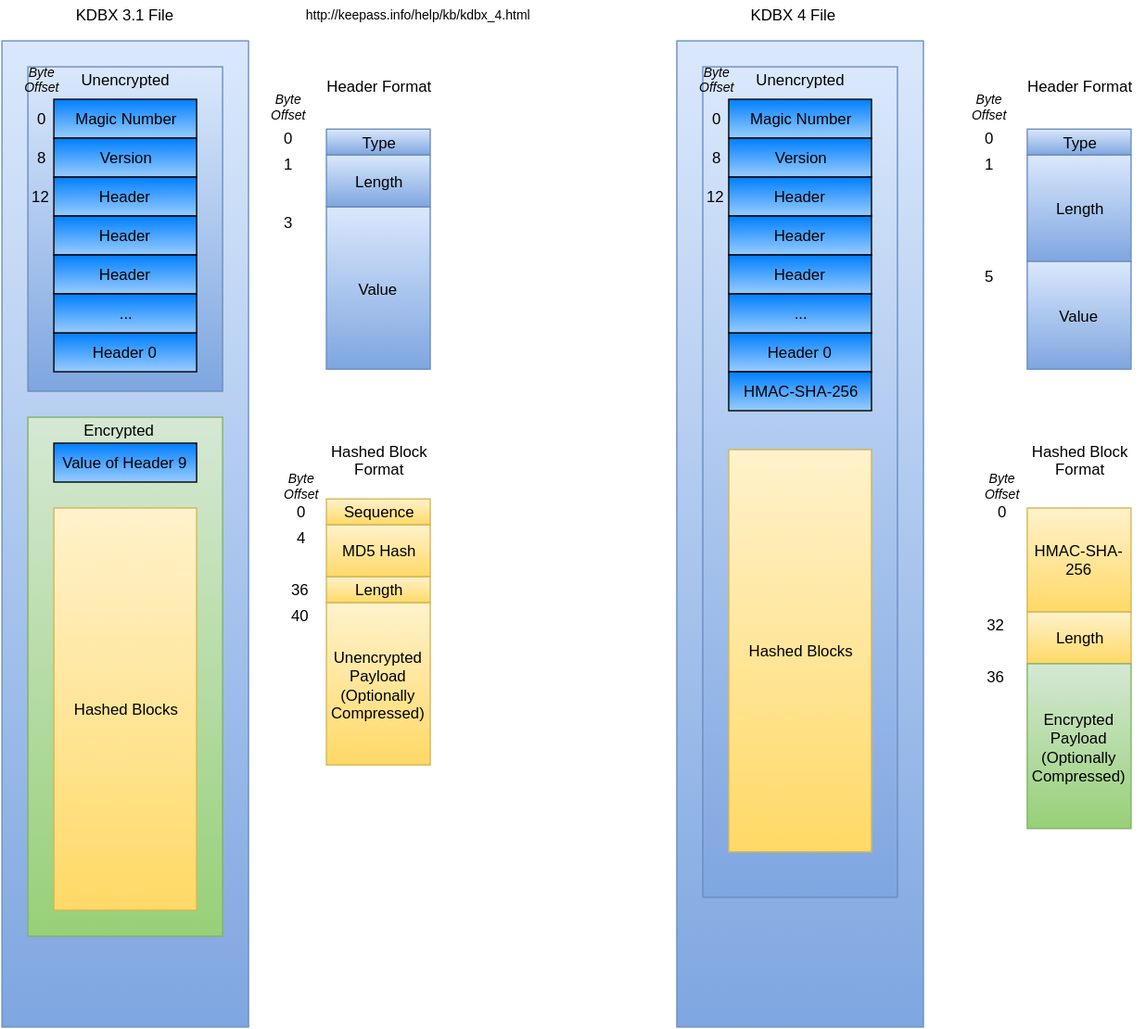
Earlier version of the draw.io export FormatDiagram.svg (jorabin/KeePassJava2). Source tidied: cells renumbered, new cells last; positions are measured from the earlier drawing's top-left corner, leaving out a move shared by most shapes.
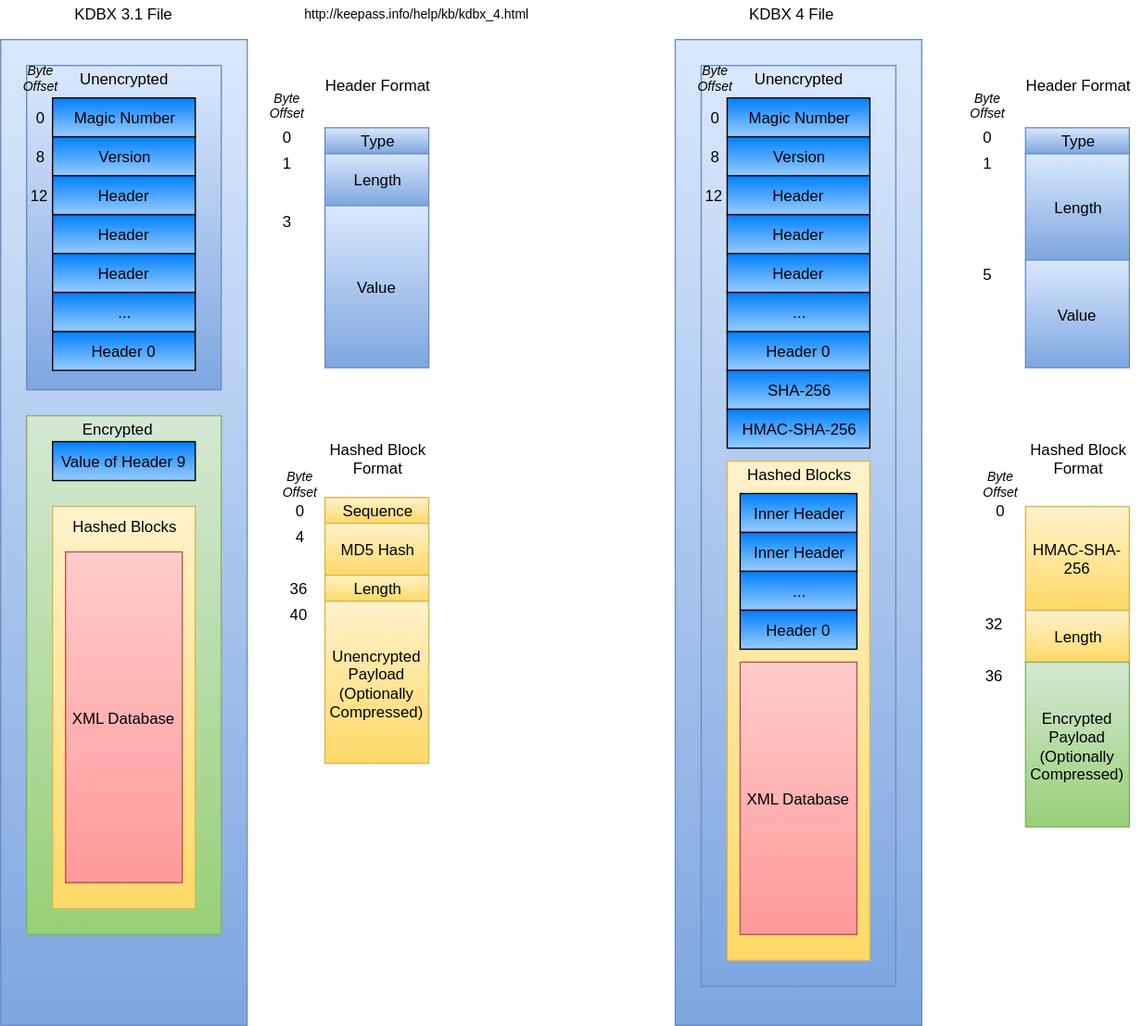
Later version of the same file.

Commit message:
Reverse merge of old format diagram

The edit, as a diff of the source:
```diff
@@ -11,7 +11,7 @@
     <mxCell id="4" style="whiteSpace=wrap;html=1;labelBackgroundColor=none;align=center;plain-green;" parent="1" vertex="1">
       <mxGeometry x="20" y="320" width="150" height="400" as="geometry" />
     </mxCell>
-    <mxCell id="5" value="Hashed Blocks" style="whiteSpace=wrap;html=1;labelBackgroundColor=none;align=center;plain-yellow;" parent="1" vertex="1">
+    <mxCell id="5" style="whiteSpace=wrap;html=1;labelBackgroundColor=none;align=center;plain-yellow;" parent="1" vertex="1">
       <mxGeometry x="40" y="390" width="110" height="310" as="geometry" />
     </mxCell>
     <mxCell id="6" value="Magic Number" style="whiteSpace=wrap;html=1;labelBackgroundColor=none;fillColor=#007FFF;gradientColor=#99CCFF;align=center;" parent="1" vertex="1">
@@ -117,10 +117,10 @@
       <mxGeometry x="520" y="30" width="190" height="760" as="geometry" />
     </mxCell>
     <mxCell id="40" style="whiteSpace=wrap;html=1;labelBackgroundColor=none;align=center;plain-blue;" parent="1" vertex="1">
-      <mxGeometry x="540" y="50" width="150" height="640" as="geometry" />
+      <mxGeometry x="540" y="50" width="150" height="710" as="geometry" />
     </mxCell>
-    <mxCell id="41" value="Hashed Blocks" style="whiteSpace=wrap;html=1;labelBackgroundColor=none;align=center;plain-yellow;" parent="1" vertex="1">
-      <mxGeometry x="560" y="345" width="110" height="310" as="geometry" />
+    <mxCell id="41" style="whiteSpace=wrap;html=1;labelBackgroundColor=none;align=center;plain-yellow;" parent="1" vertex="1">
+      <mxGeometry x="560" y="355" width="110" height="385" as="geometry" />
     </mxCell>
     <mxCell id="42" value="Magic Number" style="whiteSpace=wrap;html=1;labelBackgroundColor=none;fillColor=#007FFF;gradientColor=#99CCFF;align=center;" parent="1" vertex="1">
       <mxGeometry x="560" y="75" width="110" height="30" as="geometry" />
@@ -209,11 +209,38 @@
     <mxCell id="70" value="http://keepass.info/help/kb/kdbx_4.html" style="text;html=1;strokeColor=none;fillColor=none;align=center;verticalAlign=middle;whiteSpace=wrap;labelBackgroundColor=none;fontSize=10;" parent="1" vertex="1">
       <mxGeometry x="230" width="180" height="20" as="geometry" />
     </mxCell>
-    <mxCell id="71" value="HMAC-SHA-256" style="whiteSpace=wrap;html=1;labelBackgroundColor=none;fillColor=#007FFF;gradientColor=#99CCFF;align=center;" parent="1" vertex="1">
+    <mxCell id="71" value="SHA-256" style="whiteSpace=wrap;html=1;labelBackgroundColor=none;fillColor=#007FFF;gradientColor=#99CCFF;align=center;" parent="1" vertex="1">
       <mxGeometry x="560" y="285" width="110" height="30" as="geometry" />
     </mxCell>
     <mxCell id="72" value="Encrypted&lt;div&gt;Payload&lt;/div&gt;&lt;div&gt;(Optionally Compressed)&lt;/div&gt;" style="whiteSpace=wrap;html=1;labelBackgroundColor=none;align=center;plain-green;" parent="1" vertex="1">
       <mxGeometry x="790" y="510" width="80" height="127" as="geometry" />
     </mxCell>
+    <mxCell id="73" value="HMAC-SHA-256" style="whiteSpace=wrap;html=1;labelBackgroundColor=none;fillColor=#007FFF;gradientColor=#99CCFF;align=center;" parent="1" vertex="1">
+      <mxGeometry x="560" y="315" width="110" height="30" as="geometry" />
+    </mxCell>
+    <mxCell id="74" value="Inner Header" style="whiteSpace=wrap;html=1;labelBackgroundColor=none;fillColor=#007FFF;gradientColor=#99CCFF;align=center;" parent="1" vertex="1">
+      <mxGeometry x="570" y="380" width="90" height="30" as="geometry" />
+    </mxCell>
+    <mxCell id="75" value="Hashed Blocks" style="text;html=1;strokeColor=none;fillColor=none;align=center;verticalAlign=middle;whiteSpace=wrap;rounded=0;" parent="1" vertex="1">
+      <mxGeometry x="565" y="355" width="100" height="20" as="geometry" />
+    </mxCell>
+    <mxCell id="76" value="Inner Header" style="whiteSpace=wrap;html=1;labelBackgroundColor=none;fillColor=#007FFF;gradientColor=#99CCFF;align=center;" parent="1" vertex="1">
+      <mxGeometry x="570" y="410" width="90" height="30" as="geometry" />
+    </mxCell>
+    <mxCell id="77" value="..." style="whiteSpace=wrap;html=1;labelBackgroundColor=none;fillColor=#007FFF;gradientColor=#99CCFF;align=center;" parent="1" vertex="1">
+      <mxGeometry x="570" y="440" width="90" height="30" as="geometry" />
+    </mxCell>
+    <mxCell id="78" value="Header 0" style="whiteSpace=wrap;html=1;labelBackgroundColor=none;fillColor=#007FFF;gradientColor=#99CCFF;align=center;" parent="1" vertex="1">
+      <mxGeometry x="570" y="470" width="90" height="30" as="geometry" />
+    </mxCell>
+    <mxCell id="79" value="XML Database" style="whiteSpace=wrap;html=1;labelBackgroundColor=none;align=center;fillColor=#FFCCCC;strokeColor=#b85450;gradientColor=#FF9999;gradientDirection=south;" parent="1" vertex="1">
+      <mxGeometry x="570" y="510" width="90" height="210" as="geometry" />
+    </mxCell>
+    <mxCell id="80" value="Hashed Blocks" style="text;html=1;strokeColor=none;fillColor=none;align=center;verticalAlign=middle;whiteSpace=wrap;rounded=0;" parent="1" vertex="1">
+      <mxGeometry x="45" y="395" width="100" height="20" as="geometry" />
+    </mxCell>
+    <mxCell id="81" value="XML Database" style="whiteSpace=wrap;html=1;labelBackgroundColor=none;align=center;fillColor=#FFCCCC;strokeColor=#b85450;gradientColor=#FF9999;gradientDirection=south;" parent="1" vertex="1">
+      <mxGeometry x="50" y="425" width="90" height="255" as="geometry" />
+    </mxCell>
   </root>
 </mxGraphModel>
```
